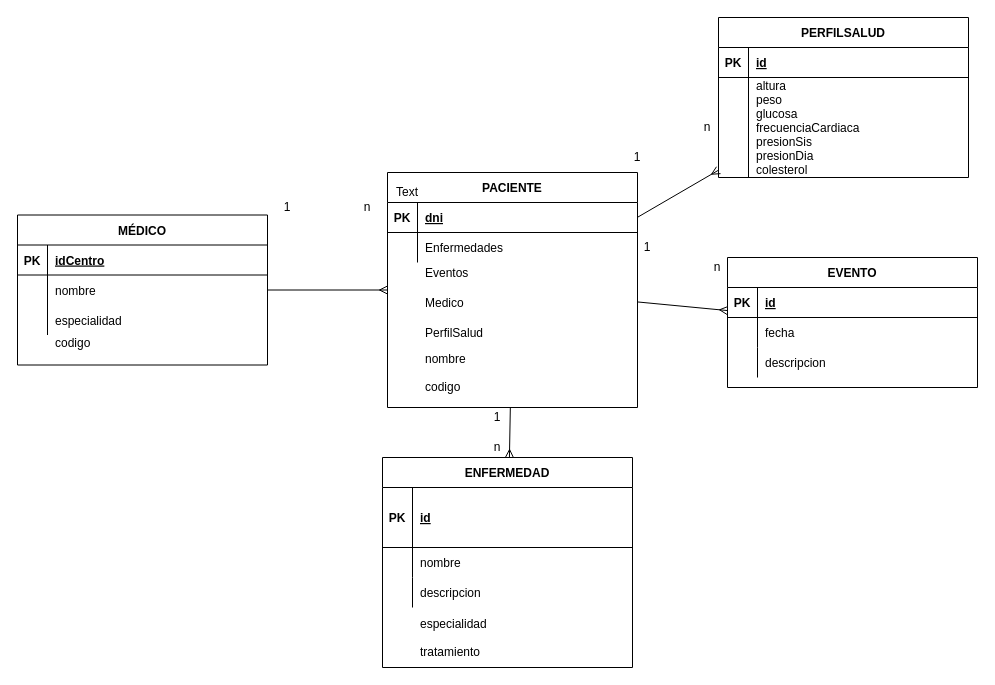
Before: modelado_clases/ER_ing_web.drawio in Juancavr6/E-Care_WebProject, a draw.io diagram. Source tidied: cells renumbered, new cells numbered last; positions are measured from the earlier drawing's top-left corner, leaving out a move shared by most shapes. Both pictures are drawn from the tidied source at 100%, with x=0, y=0 at pixel (17, 17).
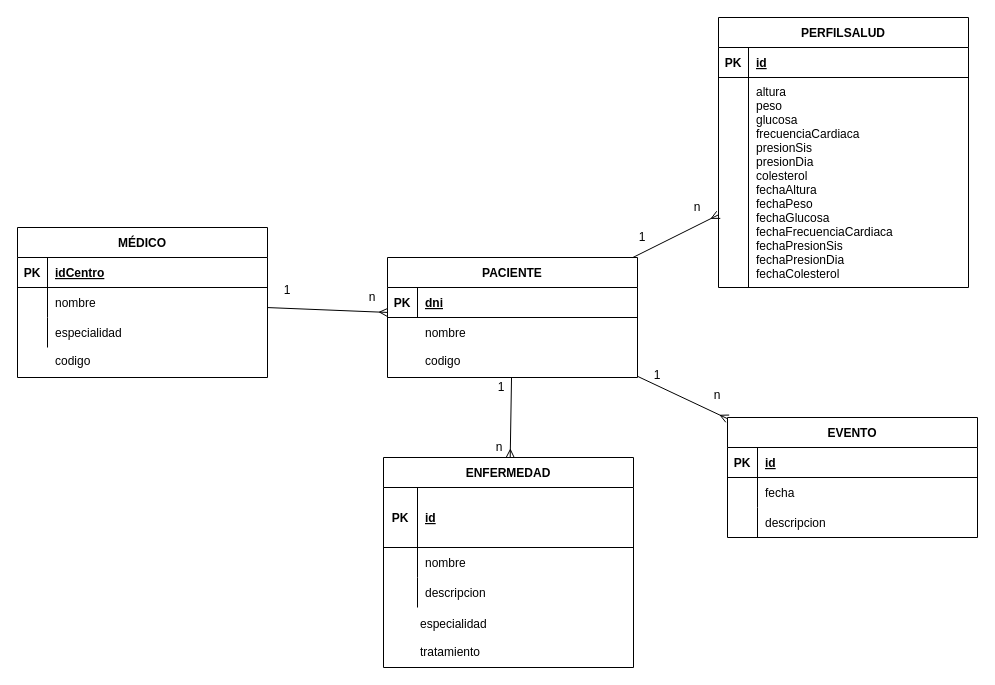
The same diagram, later.

Commit message (it also covers changes not shown here):
Correccion diagrama entidad relacion

Unchanged cells that the change refers to:
```xml
<mxCell id="10" style="shape=partialRectangle;fillColor=none;top=0;left=0;right=0;bottom=1;" parent="9" vertex="1">
  <mxGeometry y="30" width="250" height="60" as="geometry" />
</mxCell>
<mxCell id="13" style="shape=partialRectangle;fillColor=none;top=0;left=0;right=0;bottom=0;" parent="9" vertex="1">
  <mxGeometry y="90" width="250" height="30" as="geometry" />
</mxCell>
<mxCell id="16" style="shape=partialRectangle;fillColor=none;top=0;left=0;right=0;bottom=0;" parent="9" vertex="1">
  <mxGeometry y="120" width="250" height="30" as="geometry" />
</mxCell>
```

Diff of the diagram source:
```diff
@@
     <mxCell id="2" value="PERFILSALUD" style="shape=table;startSize=30;childLayout=tableLayout;rowLines=0;fontStyle=1;align=center;" parent="1" vertex="1">
-      <mxGeometry x="701" width="250" height="160" as="geometry" />
+      <mxGeometry x="701" width="250" height="270" as="geometry" />
     </mxCell>
@@
     <mxCell id="6" style="shape=partialRectangle;fillColor=none;top=0;left=0;right=0;bottom=0;" parent="2" vertex="1">
-      <mxGeometry y="60" width="250" height="100" as="geometry" />
+      <mxGeometry y="60" width="250" height="210" as="geometry" />
     </mxCell>
     <mxCell id="7" style="shape=partialRectangle;overflow=hidden;fillColor=none;top=0;left=0;bottom=0;right=0;" parent="6" vertex="1">
-      <mxGeometry width="30" height="100" as="geometry" />
+      <mxGeometry width="30" height="210" as="geometry" />
     </mxCell>
-    <mxCell id="8" value="altura&#10;peso&#10;glucosa&#10;frecuenciaCardiaca&#10;presionSis&#10;presionDia&#10;colesterol" style="shape=partialRectangle;overflow=hidden;fillColor=none;top=0;left=0;bottom=0;right=0;align=left;spacingLeft=6;" parent="6" vertex="1">
-      <mxGeometry x="30" width="220" height="100" as="geometry" />
+    <mxCell id="8" value="altura&#10;peso&#10;glucosa&#10;frecuenciaCardiaca&#10;presionSis&#10;presionDia&#10;colesterol&#10;fechaAltura&#10;fechaPeso&#10;fechaGlucosa&#10;fechaFrecuenciaCardiaca&#10;fechaPresionSis&#10;fechaPresionDia&#10;fechaColesterol" style="shape=partialRectangle;overflow=hidden;fillColor=none;top=0;left=0;bottom=0;right=0;align=left;spacingLeft=6;" parent="6" vertex="1">
+      <mxGeometry x="30" width="220" height="210" as="geometry" />
     </mxCell>
     <mxCell id="9" value="ENFERMEDAD" style="shape=table;startSize=30;childLayout=tableLayout;rowLines=0;fontStyle=1;align=center;" parent="1" vertex="1">
-      <mxGeometry x="365" y="440" width="250" height="210" as="geometry" />
+      <mxGeometry x="366" y="440" width="250" height="210" as="geometry" />
     </mxCell>
@@
     <mxCell id="11" value="PK" style="shape=partialRectangle;overflow=hidden;fillColor=none;top=0;left=0;bottom=0;right=0;fontStyle=1;" parent="10" vertex="1">
-      <mxGeometry width="30" height="60" as="geometry" />
+      <mxGeometry width="34" height="60" as="geometry" />
     </mxCell>
     <mxCell id="12" value="id" style="shape=partialRectangle;overflow=hidden;fillColor=none;top=0;left=0;bottom=0;right=0;align=left;spacingLeft=6;fontStyle=5;" parent="10" vertex="1">
-      <mxGeometry x="30" width="220" height="60" as="geometry" />
+      <mxGeometry x="34" width="216" height="60" as="geometry" />
     </mxCell>
@@
     <mxCell id="14" style="shape=partialRectangle;overflow=hidden;fillColor=none;top=0;left=0;bottom=0;right=0;" parent="13" vertex="1">
-      <mxGeometry width="30" height="30" as="geometry" />
+      <mxGeometry width="34" height="30" as="geometry" />
     </mxCell>
     <mxCell id="15" value="nombre" style="shape=partialRectangle;overflow=hidden;fillColor=none;top=0;left=0;bottom=0;right=0;align=left;spacingLeft=6;" parent="13" vertex="1">
-      <mxGeometry x="30" width="220" height="30" as="geometry" />
+      <mxGeometry x="34" width="216" height="30" as="geometry" />
     </mxCell>
@@
     <mxCell id="17" style="shape=partialRectangle;overflow=hidden;fillColor=none;top=0;left=0;bottom=0;right=0;" parent="16" vertex="1">
-      <mxGeometry width="30" height="30" as="geometry" />
+      <mxGeometry width="34" height="30" as="geometry" />
     </mxCell>
     <mxCell id="18" value="descripcion" style="shape=partialRectangle;overflow=hidden;fillColor=none;top=0;left=0;bottom=0;right=0;align=left;spacingLeft=6;" parent="16" vertex="1">
-      <mxGeometry x="30" width="220" height="30" as="geometry" />
+      <mxGeometry x="34" width="216" height="30" as="geometry" />
     </mxCell>
     <mxCell id="19" value="PACIENTE" style="shape=table;startSize=30;childLayout=tableLayout;rowLines=0;fontStyle=1;align=center;" parent="1" vertex="1">
-      <mxGeometry x="370" y="155" width="250" height="235" as="geometry" />
+      <mxGeometry x="370" y="240" width="250" height="120" as="geometry" />
     </mxCell>
@@
-    <mxCell id="23" style="shape=partialRectangle;fillColor=none;top=0;left=0;right=0;bottom=0;" parent="19" vertex="1">
-      <mxGeometry y="60" width="250" height="30" as="geometry" />
-    </mxCell>
-    <mxCell id="24" style="shape=partialRectangle;overflow=hidden;fillColor=none;top=0;left=0;bottom=0;right=0;" parent="23" vertex="1">
-      <mxGeometry width="30" height="30" as="geometry" />
-    </mxCell>
-    <mxCell id="25" value="Enfermedades" style="shape=partialRectangle;overflow=hidden;fillColor=none;top=0;left=0;bottom=0;right=0;align=left;spacingLeft=6;" parent="23" vertex="1">
-      <mxGeometry x="30" width="220" height="30" as="geometry" />
-    </mxCell>
     <mxCell id="26" value="EVENTO" style="shape=table;startSize=30;childLayout=tableLayout;rowLines=0;fontStyle=1;align=center;" parent="1" vertex="1">
-      <mxGeometry x="710" y="240" width="250" height="130" as="geometry" />
+      <mxGeometry x="710" y="400" width="250" height="120" as="geometry" />
     </mxCell>
@@
     <mxCell id="36" value="MÉDICO" style="shape=table;startSize=30;childLayout=tableLayout;rowLines=0;fontStyle=1;align=center;" parent="1" vertex="1">
-      <mxGeometry y="197.5" width="250" height="150" as="geometry" />
+      <mxGeometry y="210" width="250" height="150" as="geometry" />
     </mxCell>
@@
-    <mxCell id="50" value="Text" style="text;html=1;strokeColor=none;fillColor=none;align=center;verticalAlign=middle;whiteSpace=wrap;rounded=0;" parent="1" vertex="1">
-      <mxGeometry x="360" y="160" width="60" height="30" as="geometry" />
-    </mxCell>
     <mxCell id="51" value="1" style="text;html=1;strokeColor=none;fillColor=none;align=center;verticalAlign=middle;whiteSpace=wrap;rounded=0;" parent="1" vertex="1">
-      <mxGeometry x="260" y="180" width="20" height="20" as="geometry" />
+      <mxGeometry x="260" y="262.5" width="20" height="20" as="geometry" />
     </mxCell>
     <mxCell id="52" value="n" style="text;html=1;strokeColor=none;fillColor=none;align=center;verticalAlign=middle;whiteSpace=wrap;rounded=0;" parent="1" vertex="1">
-      <mxGeometry x="340" y="180" width="20" height="20" as="geometry" />
+      <mxGeometry x="345" y="270" width="20" height="20" as="geometry" />
     </mxCell>
     <mxCell id="53" value="n" style="text;html=1;strokeColor=none;fillColor=none;align=center;verticalAlign=middle;whiteSpace=wrap;rounded=0;" parent="1" vertex="1">
-      <mxGeometry x="680" y="100" width="20" height="20" as="geometry" />
+      <mxGeometry x="670" y="180" width="20" height="20" as="geometry" />
     </mxCell>
     <mxCell id="54" value="n" style="text;html=1;strokeColor=none;fillColor=none;align=center;verticalAlign=middle;whiteSpace=wrap;rounded=0;" parent="1" vertex="1">
-      <mxGeometry x="690" y="240" width="20" height="20" as="geometry" />
+      <mxGeometry x="690" y="367.5" width="20" height="20" as="geometry" />
     </mxCell>
     <mxCell id="55" value="1" style="text;html=1;strokeColor=none;fillColor=none;align=center;verticalAlign=middle;whiteSpace=wrap;rounded=0;" parent="1" vertex="1">
-      <mxGeometry x="470" y="390" width="20" height="20" as="geometry" />
+      <mxGeometry x="474" y="360" width="20" height="20" as="geometry" />
     </mxCell>
     <mxCell id="56" value="n" style="text;html=1;strokeColor=none;fillColor=none;align=center;verticalAlign=middle;whiteSpace=wrap;rounded=0;" parent="1" vertex="1">
-      <mxGeometry x="470" y="420" width="20" height="20" as="geometry" />
+      <mxGeometry x="472" y="420" width="20" height="20" as="geometry" />
     </mxCell>
     <mxCell id="57" value="1" style="text;html=1;strokeColor=none;fillColor=none;align=center;verticalAlign=middle;whiteSpace=wrap;rounded=0;" parent="1" vertex="1">
-      <mxGeometry x="610" y="130" width="20" height="20" as="geometry" />
+      <mxGeometry x="615" y="210" width="20" height="20" as="geometry" />
     </mxCell>
     <mxCell id="58" value="1" style="text;html=1;strokeColor=none;fillColor=none;align=center;verticalAlign=middle;whiteSpace=wrap;rounded=0;" parent="1" vertex="1">
-      <mxGeometry x="620" y="220" width="20" height="20" as="geometry" />
+      <mxGeometry x="630" y="347.5" width="20" height="20" as="geometry" />
     </mxCell>
-    <mxCell id="59" value="Eventos" style="shape=partialRectangle;overflow=hidden;fillColor=none;top=0;left=0;bottom=0;right=0;align=left;spacingLeft=6;" parent="1" vertex="1">
-      <mxGeometry x="400" y="240" width="220" height="30" as="geometry" />
-    </mxCell>
     <mxCell id="60" value="codigo" style="shape=partialRectangle;overflow=hidden;fillColor=none;top=0;left=0;bottom=0;right=0;align=left;spacingLeft=6;" parent="1" vertex="1">
-      <mxGeometry x="30" y="310" width="220" height="30" as="geometry" />
+      <mxGeometry x="30" y="328" width="220" height="30" as="geometry" />
     </mxCell>
@@
-    <mxCell id="64" value="Medico" style="shape=partialRectangle;overflow=hidden;fillColor=none;top=0;left=0;bottom=0;right=0;align=left;spacingLeft=6;" parent="1" vertex="1">
-      <mxGeometry x="400" y="270" width="220" height="30" as="geometry" />
-    </mxCell>
-    <mxCell id="65" value="PerfilSalud" style="shape=partialRectangle;overflow=hidden;fillColor=none;top=0;left=0;bottom=0;right=0;align=left;spacingLeft=6;" parent="1" vertex="1">
-      <mxGeometry x="400" y="300" width="220" height="30" as="geometry" />
-    </mxCell>
     <mxCell id="66" value="nombre&#10;&#10;codigo" style="shape=partialRectangle;overflow=hidden;fillColor=none;top=0;left=0;bottom=0;right=0;align=left;spacingLeft=6;" parent="1" vertex="1">
-      <mxGeometry x="400" y="330" width="220" height="50" as="geometry" />
+      <mxGeometry x="400" y="304" width="220" height="50" as="geometry" />
     </mxCell>
```
